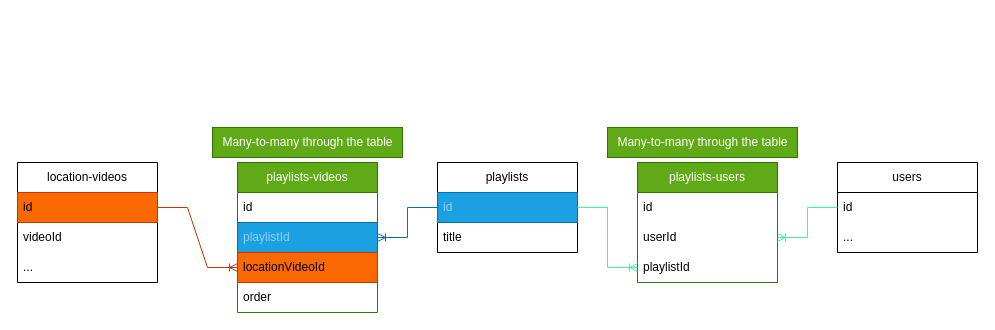
Earlier version of the draw.io diagram Диаграмма без названия.drawio (Insid1/Insid1). Source tidied: cells renumbered, new cells numbered last; positions are measured from the earlier drawing's top-left corner, leaving out a move shared by most shapes. Both pictures are drawn from the tidied source at 100%, with x=0, y=0 at pixel (17, 127).
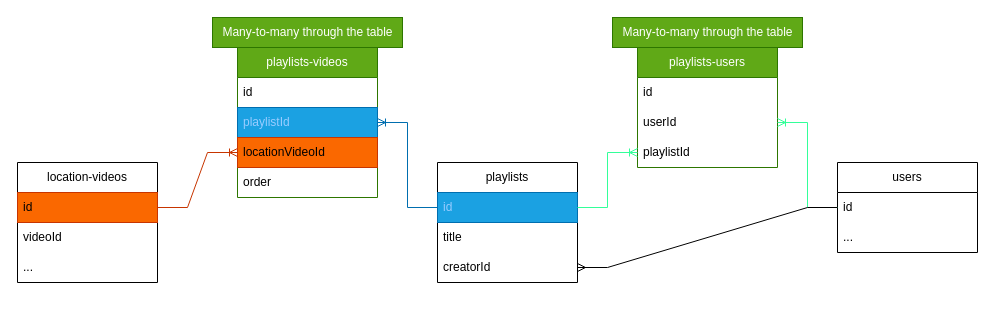
The same diagram, later.

Unchanged cells that the change refers to:
```xml
<mxCell id="5" value="playlistId" style="text;strokeColor=none;fillColor=none;align=left;verticalAlign=middle;spacingLeft=4;spacingRight=4;overflow=hidden;points=[[0,0.5],[1,0.5]];portConstraint=eastwest;whiteSpace=wrap;html=1;" parent="2" vertex="1">
  <mxGeometry y="90" width="140" height="30" as="geometry" />
</mxCell>
<mxCell id="7" value="&lt;font color=&quot;#99ccff&quot;&gt;id&lt;/font&gt;" style="text;strokeColor=#006EAF;fillColor=#1ba1e2;align=left;verticalAlign=middle;spacingLeft=4;spacingRight=4;overflow=hidden;points=[[0,0.5],[1,0.5]];portConstraint=eastwest;whiteSpace=wrap;html=1;fontColor=#ffffff;" parent="6" vertex="1">
  <mxGeometry y="30" width="140" height="30" as="geometry" />
</mxCell>
<mxCell id="10" value="id" style="text;strokeColor=none;fillColor=none;align=left;verticalAlign=middle;spacingLeft=4;spacingRight=4;overflow=hidden;points=[[0,0.5],[1,0.5]];portConstraint=eastwest;whiteSpace=wrap;html=1;" parent="9" vertex="1">
  <mxGeometry y="30" width="140" height="30" as="geometry" />
</mxCell>
```

What changed in the source:
```diff
@@
     <mxCell id="2" value="playlists-users" style="swimlane;fontStyle=0;horizontal=1;startSize=30;whiteSpace=wrap;html=1;fillColor=#60a917;fontColor=#ffffff;strokeColor=#2D7600;" parent="1" vertex="1">
-      <mxGeometry x="620" y="35" width="140" height="120" as="geometry" />
+      <mxGeometry x="620" y="-80" width="140" height="120" as="geometry" />
     </mxCell>
@@
     <mxCell id="6" value="playlists" style="swimlane;fontStyle=0;horizontal=1;startSize=30;whiteSpace=wrap;html=1;" parent="1" vertex="1">
-      <mxGeometry x="420" y="35" width="140" height="90" as="geometry" />
+      <mxGeometry x="420" y="35" width="140" height="120" as="geometry" />
     </mxCell>
@@
+    <mxCell id="27" value="creatorId" style="text;strokeColor=none;fillColor=none;align=left;verticalAlign=middle;spacingLeft=4;spacingRight=4;overflow=hidden;points=[[0,0.5],[1,0.5]];portConstraint=eastwest;whiteSpace=wrap;html=1;" parent="6" vertex="1">
+      <mxGeometry y="90" width="140" height="30" as="geometry" />
+    </mxCell>
@@
     <mxCell id="16" value="playlists-videos" style="swimlane;fontStyle=0;horizontal=1;startSize=30;whiteSpace=wrap;html=1;fillColor=#60a917;fontColor=#ffffff;strokeColor=#2D7600;" parent="1" vertex="1">
-      <mxGeometry x="220" y="35" width="140" height="150" as="geometry" />
+      <mxGeometry x="220" y="-80" width="140" height="150" as="geometry" />
     </mxCell>
@@
     <mxCell id="24" value="Many-to-many through the table&lt;br&gt;" style="text;html=1;align=center;verticalAlign=middle;strokeColor=#2D7600;fillColor=#60a917;fontColor=#ffffff;" parent="1" vertex="1">
-      <mxGeometry x="195" width="190" height="30" as="geometry" />
+      <mxGeometry x="195" y="-110" width="190" height="30" as="geometry" />
     </mxCell>
-    <mxCell id="25" style="edgeStyle=entityRelationEdgeStyle;fontSize=12;html=1;endArrow=ERoneToMany;rounded=0;fillColor=#60a917;strokeColor=#33FF99;exitX=1;exitY=0.5;exitDx=0;exitDy=0;entryX=0;entryY=0.5;entryDx=0;entryDy=0;" parent="1" edge="1" source="6" target="5">
+    <mxCell id="25" style="edgeStyle=entityRelationEdgeStyle;fontSize=12;html=1;endArrow=ERoneToMany;rounded=0;fillColor=#60a917;strokeColor=#33FF99;exitX=1;exitY=0.5;exitDx=0;exitDy=0;entryX=0;entryY=0.5;entryDx=0;entryDy=0;" parent="1" edge="1" source="7" target="5">
       <mxGeometry relative="1" as="geometry" />
     </mxCell>
     <mxCell id="26" value="Many-to-many through the table&lt;br&gt;" style="text;html=1;align=center;verticalAlign=middle;strokeColor=#2D7600;fillColor=#60a917;fontColor=#ffffff;" parent="1" vertex="1">
-      <mxGeometry x="590" width="190" height="30" as="geometry" />
+      <mxGeometry x="595" y="-110" width="190" height="30" as="geometry" />
     </mxCell>
+    <mxCell id="28" style="edgeStyle=entityRelationEdgeStyle;fontSize=12;html=1;endArrow=ERmany;rounded=0;exitX=0;exitY=0.5;exitDx=0;exitDy=0;entryX=1;entryY=0.5;entryDx=0;entryDy=0;" parent="1" edge="1" source="10" target="27">
+      <mxGeometry relative="1" as="geometry" />
+    </mxCell>
```
